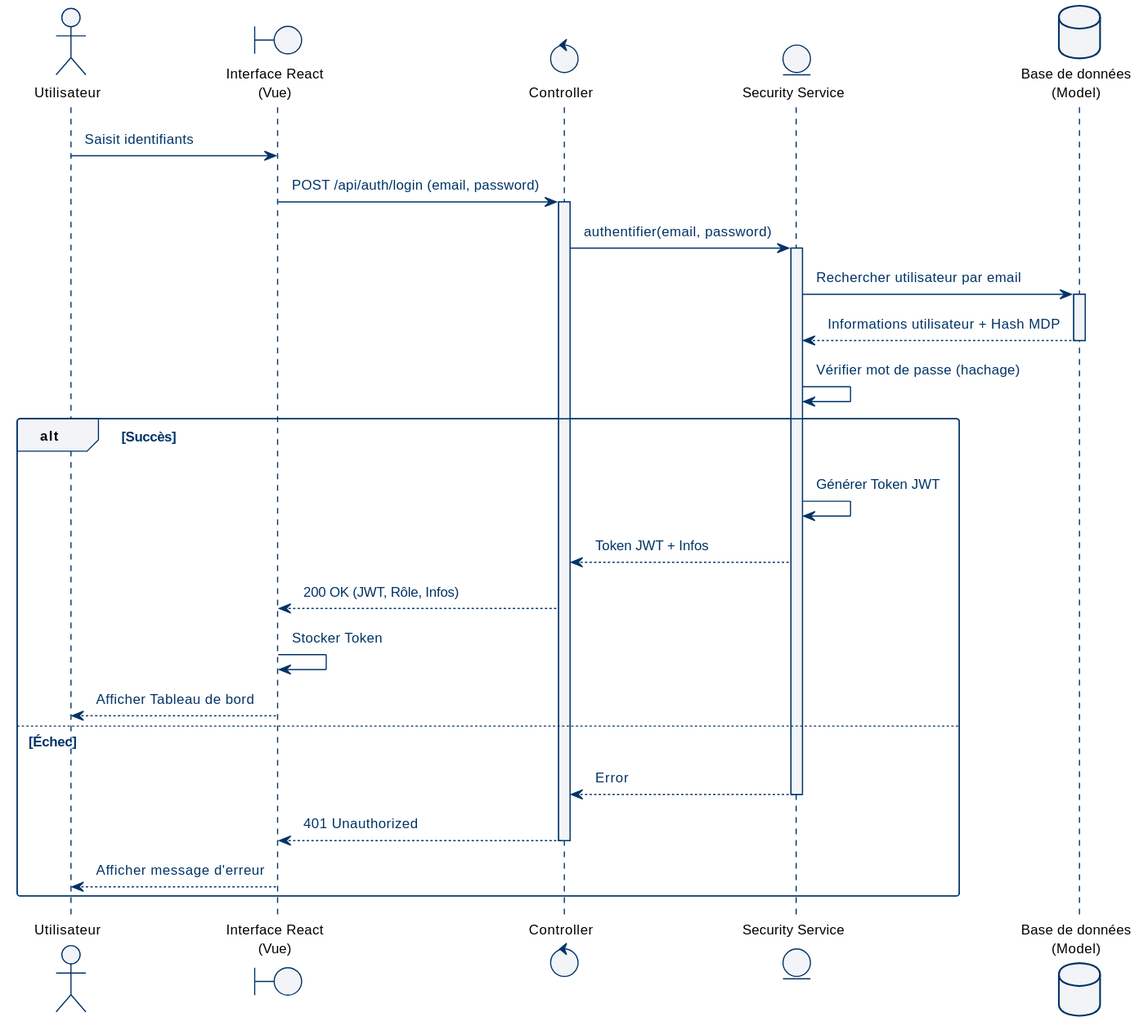
Earlier version of the PlantUML export docs/diagrams/svg/seq_auth.svg (abdelaziz-ebourki/system-gestion-soutenance).
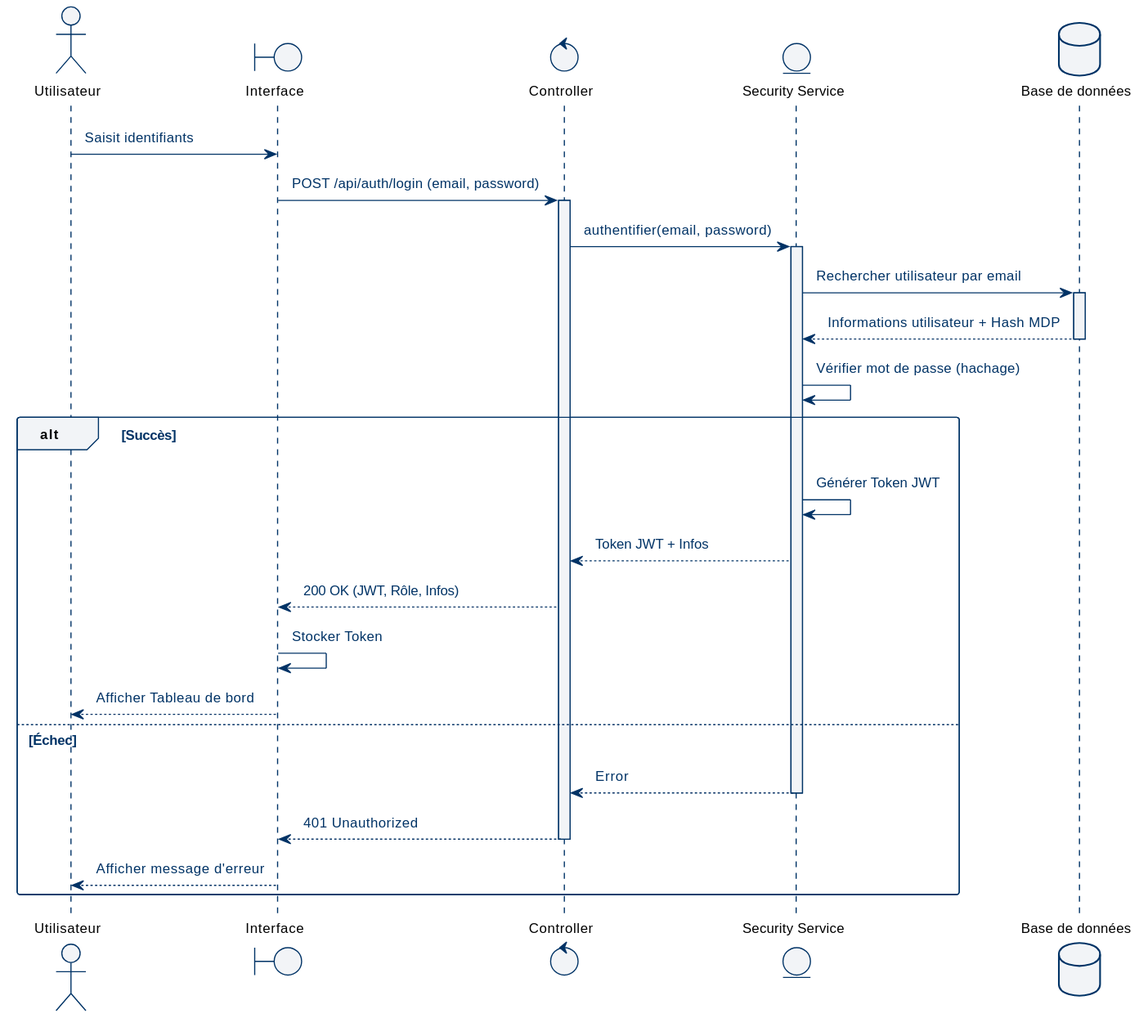
After the commit.

Change to the diagram source:
```diff
@@ -2,10 +2,10 @@
 !theme pfe from .
 
 actor "Utilisateur" as User
-boundary "Interface React\n(Vue)" as Front
+boundary "Interface" as Front
 control "Controller" as Back
 entity "Security Service" as SecService
-database "Base de données\n(Model)" as DB
+database "Base de données" as DB
 
 User -> Front : Saisit identifiants
 Front -> Back : POST /api/auth/login (email, password)
```
